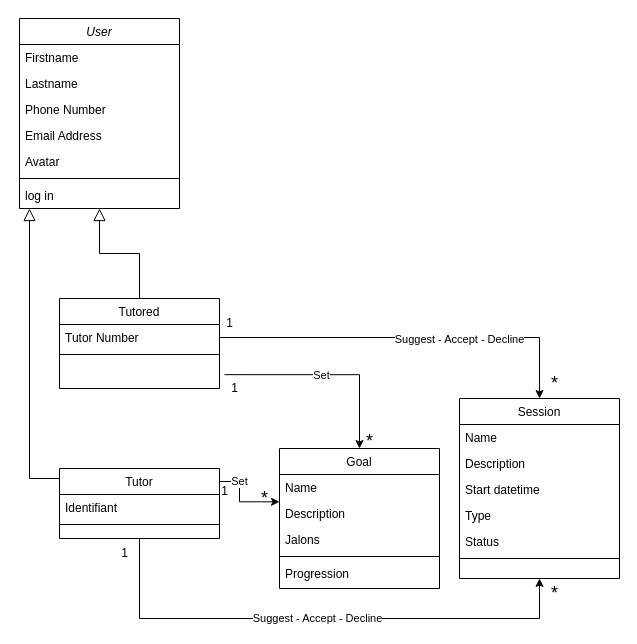
Above: page "Diagramme de classes" (1 of 2) of uml_avenirs.drawio in cbeauquel/oc_projet9 (draw.io), before the change. Source tidied: cells renumbered, new cells numbered last; positions are measured from the earlier drawing's top-left corner, leaving out a move shared by most shapes. Both pictures are drawn from the tidied source at 100%, with x=0, y=0 at pixel (19, 18).
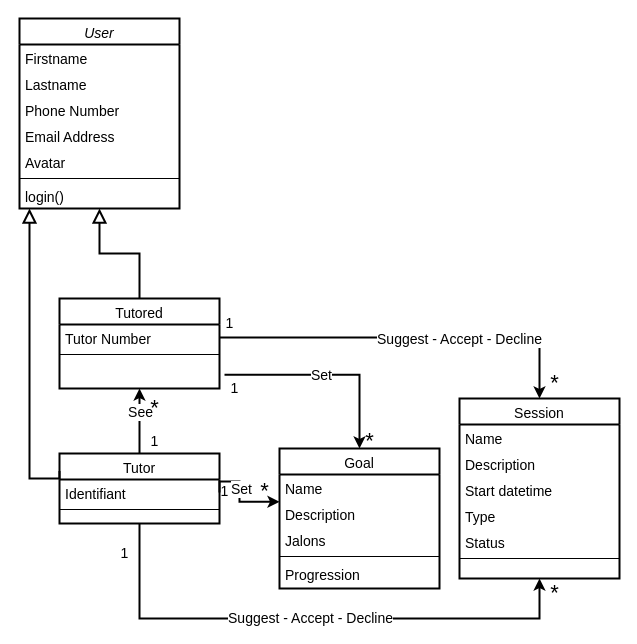
The same diagram, later.

Commit message (it also covers changes not shown here):
Mettre à jour uml_avenirs.drawio

Change to the diagram source:
```diff
@@
-    <mxCell id="2" value="User" style="swimlane;fontStyle=2;align=center;verticalAlign=top;horizontal=1;startSize=26;rounded=0;shadow=0;strokeWidth=1;" parent="1" vertex="1">
+    <mxCell id="2" value="User" style="swimlane;fontStyle=2;align=center;verticalAlign=top;horizontal=1;startSize=26;rounded=0;shadow=0;strokeWidth=2;fontSize=14;" parent="1" vertex="1">
       <mxGeometry width="160" height="190" as="geometry" />
     </mxCell>
-    <mxCell id="3" value="Firstname" style="text;align=left;verticalAlign=top;spacingLeft=4;spacingRight=4;overflow=hidden;" parent="2" vertex="1">
+    <mxCell id="3" value="Firstname" style="text;align=left;verticalAlign=top;spacingLeft=4;spacingRight=4;overflow=hidden;fontSize=14;" parent="2" vertex="1">
       <mxGeometry y="26" width="160" height="26" as="geometry" />
     </mxCell>
-    <mxCell id="4" value="Lastname" style="text;align=left;verticalAlign=top;spacingLeft=4;spacingRight=4;overflow=hidden;" parent="2" vertex="1">
+    <mxCell id="4" value="Lastname" style="text;align=left;verticalAlign=top;spacingLeft=4;spacingRight=4;overflow=hidden;fontSize=14;" parent="2" vertex="1">
       <mxGeometry y="52" width="160" height="26" as="geometry" />
     </mxCell>
-    <mxCell id="5" value="Phone Number" style="text;align=left;verticalAlign=top;spacingLeft=4;spacingRight=4;overflow=hidden;rounded=0;shadow=0;html=0;" parent="2" vertex="1">
+    <mxCell id="5" value="Phone Number" style="text;align=left;verticalAlign=top;spacingLeft=4;spacingRight=4;overflow=hidden;rounded=0;shadow=0;html=0;fontSize=14;" parent="2" vertex="1">
       <mxGeometry y="78" width="160" height="26" as="geometry" />
     </mxCell>
-    <mxCell id="6" value="Email Address" style="text;align=left;verticalAlign=top;spacingLeft=4;spacingRight=4;overflow=hidden;rounded=0;shadow=0;html=0;" parent="2" vertex="1">
+    <mxCell id="6" value="Email Address" style="text;align=left;verticalAlign=top;spacingLeft=4;spacingRight=4;overflow=hidden;rounded=0;shadow=0;html=0;fontSize=14;" parent="2" vertex="1">
       <mxGeometry y="104" width="160" height="26" as="geometry" />
     </mxCell>
-    <mxCell id="7" value="Avatar" style="text;align=left;verticalAlign=top;spacingLeft=4;spacingRight=4;overflow=hidden;rounded=0;shadow=0;html=0;" parent="2" vertex="1">
+    <mxCell id="7" value="Avatar" style="text;align=left;verticalAlign=top;spacingLeft=4;spacingRight=4;overflow=hidden;rounded=0;shadow=0;html=0;fontSize=14;" parent="2" vertex="1">
       <mxGeometry y="130" width="160" height="26" as="geometry" />
     </mxCell>
-    <mxCell id="8" style="line;html=1;strokeWidth=1;align=left;verticalAlign=middle;spacingTop=-1;spacingLeft=3;spacingRight=3;labelPosition=right;" parent="2" vertex="1">
+    <mxCell id="8" style="line;html=1;strokeWidth=1;align=left;verticalAlign=middle;spacingTop=-1;spacingLeft=3;spacingRight=3;labelPosition=right;fontSize=14;" parent="2" vertex="1">
       <mxGeometry y="156" width="160" height="8" as="geometry" />
     </mxCell>
-    <mxCell id="9" value="log in" style="text;align=left;verticalAlign=top;spacingLeft=4;spacingRight=4;overflow=hidden;" parent="2" vertex="1">
+    <mxCell id="9" value="login()" style="text;align=left;verticalAlign=top;spacingLeft=4;spacingRight=4;overflow=hidden;fontSize=14;" parent="2" vertex="1">
       <mxGeometry y="164" width="160" height="26" as="geometry" />
     </mxCell>
-    <mxCell id="10" style="edgeStyle=orthogonalEdgeStyle;rounded=0;jettySize=auto;html=1;exitX=0.167;exitY=0.039;exitDx=0;exitDy=0;entryX=0.5;entryY=0;entryDx=0;entryDy=0;exitPerimeter=0;" parent="1" edge="1" source="39" target="24">
+    <mxCell id="10" style="edgeStyle=orthogonalEdgeStyle;rounded=0;jettySize=auto;html=1;exitX=0.167;exitY=0.039;exitDx=0;exitDy=0;entryX=0.5;entryY=0;entryDx=0;entryDy=0;exitPerimeter=0;strokeWidth=2;fontSize=14;" parent="1" edge="1" source="39" target="24">
       <mxGeometry relative="1" as="geometry" />
     </mxCell>
-    <mxCell id="11" value="Set" style="edgeLabel;html=1;align=center;verticalAlign=middle;" parent="10" vertex="1">
+    <mxCell id="11" value="Set" style="edgeLabel;html=1;align=center;verticalAlign=middle;fontSize=14;" parent="10" vertex="1">
       <mxGeometry x="-0.08" relative="1" as="geometry" />
     </mxCell>
-    <mxCell id="12" value="Tutored" style="swimlane;fontStyle=0;align=center;verticalAlign=top;horizontal=1;startSize=26;rounded=0;shadow=0;strokeWidth=1;" parent="1" vertex="1">
+    <mxCell id="12" value="Tutored" style="swimlane;fontStyle=0;align=center;verticalAlign=top;horizontal=1;startSize=26;rounded=0;shadow=0;strokeWidth=2;fontSize=14;" parent="1" vertex="1">
       <mxGeometry x="40" y="280" width="160" height="90" as="geometry" />
     </mxCell>
-    <mxCell id="13" value="Tutor Number" style="text;align=left;verticalAlign=top;spacingLeft=4;spacingRight=4;overflow=hidden;points=[[0,0.5],[1,0.5]];portConstraint=eastwest;" parent="12" vertex="1">
+    <mxCell id="13" value="Tutor Number" style="text;align=left;verticalAlign=top;spacingLeft=4;spacingRight=4;overflow=hidden;points=[[0,0.5],[1,0.5]];portConstraint=eastwest;fontSize=14;" parent="12" vertex="1">
       <mxGeometry y="26" width="160" height="26" as="geometry" />
     </mxCell>
-    <mxCell id="14" style="line;html=1;strokeWidth=1;align=left;verticalAlign=middle;spacingTop=-1;spacingLeft=3;spacingRight=3;labelPosition=right;" parent="12" vertex="1">
+    <mxCell id="14" style="line;html=1;strokeWidth=1;align=left;verticalAlign=middle;spacingTop=-1;spacingLeft=3;spacingRight=3;labelPosition=right;fontSize=14;" parent="12" vertex="1">
       <mxGeometry y="52" width="160" height="8" as="geometry" />
     </mxCell>
-    <mxCell id="15" style="endArrow=block;endSize=10;endFill=0;shadow=0;strokeWidth=1;rounded=0;curved=0;edgeStyle=elbowEdgeStyle;elbow=vertical;" parent="1" edge="1" source="12" target="2">
+    <mxCell id="15" style="endArrow=block;endSize=10;endFill=0;shadow=0;strokeWidth=2;rounded=0;curved=0;edgeStyle=elbowEdgeStyle;elbow=vertical;fontSize=14;" parent="1" edge="1" source="12" target="2">
       <mxGeometry relative="1" as="geometry" />
     </mxCell>
-    <mxCell id="16" style="edgeStyle=orthogonalEdgeStyle;rounded=0;jettySize=auto;html=1;exitX=1;exitY=0.5;exitDx=0;exitDy=0;entryX=0;entryY=0.051;entryDx=0;entryDy=0;entryPerimeter=0;" parent="1" edge="1" source="21" target="26">
+    <mxCell id="16" style="edgeStyle=orthogonalEdgeStyle;rounded=0;jettySize=auto;html=1;exitX=1;exitY=0.5;exitDx=0;exitDy=0;entryX=0;entryY=0.051;entryDx=0;entryDy=0;entryPerimeter=0;strokeWidth=2;fontSize=14;" parent="1" edge="1" source="21" target="26">
       <mxGeometry relative="1" as="geometry">
         <Array as="points">
           <mxPoint x="200" y="463" />
           <mxPoint x="220" y="463" />
           <mxPoint x="220" y="483" />
         </Array>
       </mxGeometry>
     </mxCell>
-    <mxCell id="17" value="Set" style="edgeLabel;html=1;align=center;verticalAlign=middle;" parent="16" vertex="1">
+    <mxCell id="17" value="Set" style="edgeLabel;html=1;align=center;verticalAlign=middle;fontSize=14;" parent="16" vertex="1">
       <mxGeometry x="-0.16" y="1" relative="1" as="geometry" />
     </mxCell>
-    <mxCell id="18" style="edgeStyle=orthogonalEdgeStyle;rounded=0;jettySize=auto;html=1;exitX=0.5;exitY=1;exitDx=0;exitDy=0;entryX=0.5;entryY=1;entryDx=0;entryDy=0;" parent="1" edge="1" source="20" target="30">
+    <mxCell id="18" style="edgeStyle=orthogonalEdgeStyle;rounded=0;jettySize=auto;html=1;exitX=0.5;exitY=1;exitDx=0;exitDy=0;entryX=0.5;entryY=1;entryDx=0;entryDy=0;strokeWidth=2;fontSize=14;" parent="1" edge="1" source="20" target="30">
       <mxGeometry relative="1" as="geometry">
         <Array as="points">
           <mxPoint x="120" y="600" />
           <mxPoint x="520" y="600" />
         </Array>
       </mxGeometry>
     </mxCell>
-    <mxCell id="19" value="Suggest - Accept - Decline" style="edgeLabel;html=1;align=center;verticalAlign=middle;" parent="18" vertex="1">
+    <mxCell id="19" value="Suggest - Accept - Decline" style="edgeLabel;html=1;align=center;verticalAlign=middle;fontSize=14;" parent="18" vertex="1">
       <mxGeometry x="-0.01" y="1" relative="1" as="geometry" />
     </mxCell>
+    <mxCell id="47" style="edgeStyle=orthogonalEdgeStyle;rounded=0;jettySize=auto;html=1;exitX=0.5;exitY=0;exitDx=0;exitDy=0;entryX=0.5;entryY=1;entryDx=0;entryDy=0;strokeWidth=2;fontSize=14;" parent="1" edge="1" source="20" target="12">
+      <mxGeometry relative="1" as="geometry" />
+    </mxCell>
+    <mxCell id="48" value="See" style="edgeLabel;html=1;align=center;verticalAlign=middle;fontSize=14;" parent="47" vertex="1">
+      <mxGeometry x="0.28" relative="1" as="geometry" />
+    </mxCell>
-    <mxCell id="20" value="Tutor" style="swimlane;fontStyle=0;align=center;verticalAlign=top;horizontal=1;startSize=26;rounded=0;shadow=0;strokeWidth=1;" parent="1" vertex="1">
-      <mxGeometry x="40" y="450" width="160" height="70" as="geometry" />
+    <mxCell id="20" value="Tutor" style="swimlane;fontStyle=0;align=center;verticalAlign=top;horizontal=1;startSize=26;rounded=0;shadow=0;strokeWidth=2;fontSize=14;" parent="1" vertex="1">
+      <mxGeometry x="40" y="435" width="160" height="70" as="geometry" />
     </mxCell>
-    <mxCell id="21" value="Identifiant" style="text;align=left;verticalAlign=top;spacingLeft=4;spacingRight=4;overflow=hidden;points=[[0,0.5],[1,0.5]];portConstraint=eastwest;" parent="20" vertex="1">
+    <mxCell id="21" value="Identifiant" style="text;align=left;verticalAlign=top;spacingLeft=4;spacingRight=4;overflow=hidden;points=[[0,0.5],[1,0.5]];portConstraint=eastwest;fontSize=14;" parent="20" vertex="1">
       <mxGeometry y="26" width="160" height="26" as="geometry" />
     </mxCell>
-    <mxCell id="22" style="line;html=1;strokeWidth=1;align=left;verticalAlign=middle;spacingTop=-1;spacingLeft=3;spacingRight=3;labelPosition=right;" parent="20" vertex="1">
+    <mxCell id="22" style="line;html=1;strokeWidth=1;align=left;verticalAlign=middle;spacingTop=-1;spacingLeft=3;spacingRight=3;labelPosition=right;fontSize=14;" parent="20" vertex="1">
       <mxGeometry y="52" width="160" height="8" as="geometry" />
     </mxCell>
-    <mxCell id="23" style="endArrow=block;endSize=10;endFill=0;shadow=0;strokeWidth=1;rounded=0;curved=0;edgeStyle=elbowEdgeStyle;elbow=vertical;exitX=0;exitY=0.25;exitDx=0;exitDy=0;" parent="1" edge="1" source="20" target="2">
+    <mxCell id="23" style="endArrow=block;endSize=10;endFill=0;shadow=0;strokeWidth=2;rounded=0;curved=0;edgeStyle=elbowEdgeStyle;elbow=vertical;exitX=0;exitY=0.25;exitDx=0;exitDy=0;fontSize=14;" parent="1" edge="1" source="20" target="2">
       <mxGeometry relative="1" as="geometry">
         <Array as="points">
           <mxPoint x="10" y="460" />
         </Array>
       </mxGeometry>
     </mxCell>
-    <mxCell id="24" value="Goal" style="swimlane;fontStyle=0;align=center;verticalAlign=top;horizontal=1;startSize=26;rounded=0;shadow=0;strokeWidth=1;" parent="1" vertex="1">
+    <mxCell id="24" value="Goal" style="swimlane;fontStyle=0;align=center;verticalAlign=top;horizontal=1;startSize=26;rounded=0;shadow=0;strokeWidth=2;fontSize=14;" parent="1" vertex="1">
       <mxGeometry x="260" y="430" width="160" height="140" as="geometry" />
     </mxCell>
-    <mxCell id="25" value="Name" style="text;align=left;verticalAlign=top;spacingLeft=4;spacingRight=4;overflow=hidden;" parent="24" vertex="1">
+    <mxCell id="25" value="Name" style="text;align=left;verticalAlign=top;spacingLeft=4;spacingRight=4;overflow=hidden;fontSize=14;" parent="24" vertex="1">
       <mxGeometry y="26" width="160" height="26" as="geometry" />
     </mxCell>
-    <mxCell id="26" value="Description" style="text;align=left;verticalAlign=top;spacingLeft=4;spacingRight=4;overflow=hidden;points=[[0,0.5],[1,0.5]];portConstraint=eastwest;" parent="24" vertex="1">
+    <mxCell id="26" value="Description" style="text;align=left;verticalAlign=top;spacingLeft=4;spacingRight=4;overflow=hidden;points=[[0,0.5],[1,0.5]];portConstraint=eastwest;fontSize=14;" parent="24" vertex="1">
       <mxGeometry y="52" width="160" height="26" as="geometry" />
     </mxCell>
-    <mxCell id="27" value="Jalons" style="text;align=left;verticalAlign=top;spacingLeft=4;spacingRight=4;overflow=hidden;" parent="24" vertex="1">
+    <mxCell id="27" value="Jalons" style="text;align=left;verticalAlign=top;spacingLeft=4;spacingRight=4;overflow=hidden;fontSize=14;" parent="24" vertex="1">
       <mxGeometry y="78" width="160" height="26" as="geometry" />
     </mxCell>
-    <mxCell id="28" style="line;html=1;strokeWidth=1;align=left;verticalAlign=middle;spacingTop=-1;spacingLeft=3;spacingRight=3;labelPosition=right;" parent="24" vertex="1">
+    <mxCell id="28" style="line;html=1;strokeWidth=1;align=left;verticalAlign=middle;spacingTop=-1;spacingLeft=3;spacingRight=3;labelPosition=right;fontSize=14;" parent="24" vertex="1">
       <mxGeometry y="104" width="160" height="8" as="geometry" />
     </mxCell>
-    <mxCell id="29" value="Progression" style="text;align=left;verticalAlign=top;spacingLeft=4;spacingRight=4;overflow=hidden;" parent="24" vertex="1">
+    <mxCell id="29" value="Progression" style="text;align=left;verticalAlign=top;spacingLeft=4;spacingRight=4;overflow=hidden;fontSize=14;" parent="24" vertex="1">
       <mxGeometry y="112" width="160" height="26" as="geometry" />
     </mxCell>
-    <mxCell id="30" value="Session" style="swimlane;fontStyle=0;align=center;verticalAlign=top;horizontal=1;startSize=26;rounded=0;shadow=0;strokeWidth=1;" parent="1" vertex="1">
+    <mxCell id="30" value="Session" style="swimlane;fontStyle=0;align=center;verticalAlign=top;horizontal=1;startSize=26;rounded=0;shadow=0;strokeWidth=2;fontSize=14;" parent="1" vertex="1">
       <mxGeometry x="440" y="380" width="160" height="180" as="geometry" />
     </mxCell>
-    <mxCell id="31" value="Name" style="text;align=left;verticalAlign=top;spacingLeft=4;spacingRight=4;overflow=hidden;" parent="30" vertex="1">
+    <mxCell id="31" value="Name" style="text;align=left;verticalAlign=top;spacingLeft=4;spacingRight=4;overflow=hidden;fontSize=14;" parent="30" vertex="1">
       <mxGeometry y="26" width="160" height="26" as="geometry" />
     </mxCell>
-    <mxCell id="32" value="Description" style="text;align=left;verticalAlign=top;spacingLeft=4;spacingRight=4;overflow=hidden;" parent="30" vertex="1">
+    <mxCell id="32" value="Description" style="text;align=left;verticalAlign=top;spacingLeft=4;spacingRight=4;overflow=hidden;fontSize=14;" parent="30" vertex="1">
       <mxGeometry y="52" width="160" height="26" as="geometry" />
     </mxCell>
-    <mxCell id="33" value="Start datetime" style="text;align=left;verticalAlign=top;spacingLeft=4;spacingRight=4;overflow=hidden;" parent="30" vertex="1">
+    <mxCell id="33" value="Start datetime" style="text;align=left;verticalAlign=top;spacingLeft=4;spacingRight=4;overflow=hidden;fontSize=14;" parent="30" vertex="1">
       <mxGeometry y="78" width="160" height="26" as="geometry" />
     </mxCell>
-    <mxCell id="34" value="Type" style="text;align=left;verticalAlign=top;spacingLeft=4;spacingRight=4;overflow=hidden;" parent="30" vertex="1">
+    <mxCell id="34" value="Type" style="text;align=left;verticalAlign=top;spacingLeft=4;spacingRight=4;overflow=hidden;fontSize=14;" parent="30" vertex="1">
       <mxGeometry y="104" width="160" height="26" as="geometry" />
     </mxCell>
-    <mxCell id="35" value="Status" style="text;align=left;verticalAlign=top;spacingLeft=4;spacingRight=4;overflow=hidden;" parent="30" vertex="1">
+    <mxCell id="35" value="Status" style="text;align=left;verticalAlign=top;spacingLeft=4;spacingRight=4;overflow=hidden;fontSize=14;" parent="30" vertex="1">
       <mxGeometry y="130" width="160" height="26" as="geometry" />
     </mxCell>
-    <mxCell id="36" style="line;html=1;strokeWidth=1;align=left;verticalAlign=middle;spacingTop=-1;spacingLeft=3;spacingRight=3;labelPosition=right;" parent="30" vertex="1">
+    <mxCell id="36" style="line;html=1;strokeWidth=1;align=left;verticalAlign=middle;spacingTop=-1;spacingLeft=3;spacingRight=3;labelPosition=right;fontSize=14;" parent="30" vertex="1">
       <mxGeometry y="156" width="160" height="8" as="geometry" />
     </mxCell>
-    <mxCell id="37" style="edgeStyle=orthogonalEdgeStyle;rounded=0;jettySize=auto;html=1;exitX=1;exitY=0.5;exitDx=0;exitDy=0;entryX=0.5;entryY=0;entryDx=0;entryDy=0;" parent="1" edge="1" source="13" target="30">
+    <mxCell id="37" style="edgeStyle=orthogonalEdgeStyle;rounded=0;jettySize=auto;html=1;exitX=1;exitY=0.5;exitDx=0;exitDy=0;entryX=0.5;entryY=0;entryDx=0;entryDy=0;strokeWidth=2;fontSize=14;" parent="1" edge="1" source="13" target="30">
       <mxGeometry relative="1" as="geometry" />
     </mxCell>
-    <mxCell id="38" value="Suggest - Accept - Decline" style="edgeLabel;html=1;align=center;verticalAlign=middle;" parent="37" vertex="1">
+    <mxCell id="38" value="Suggest - Accept - Decline" style="edgeLabel;html=1;align=center;verticalAlign=middle;fontSize=14;" parent="37" vertex="1">
       <mxGeometry x="0.25" y="-1" relative="1" as="geometry">
         <mxPoint x="1" as="offset" />
       </mxGeometry>
     </mxCell>
-    <mxCell id="39" value="1" style="text;html=1;align=center;verticalAlign=middle;points=[];strokeColor=none;fillColor=none;" parent="1" vertex="1">
+    <mxCell id="39" value="1" style="text;html=1;align=center;verticalAlign=middle;points=[];strokeColor=none;fillColor=none;fontSize=14;" parent="1" vertex="1">
       <mxGeometry x="200" y="355" width="30" height="30" as="geometry" />
     </mxCell>
-    <mxCell id="40" value="&lt;font style=&quot;font-size: 18px;&quot;&gt;*&lt;/font&gt;" style="text;html=1;align=center;verticalAlign=middle;strokeColor=none;fillColor=none;" parent="1" vertex="1">
+    <mxCell id="40" value="&lt;font style=&quot;font-size: 22px;&quot;&gt;*&lt;/font&gt;" style="text;html=1;align=center;verticalAlign=middle;strokeColor=none;fillColor=none;fontSize=22;" parent="1" vertex="1">
       <mxGeometry x="335" y="403" width="30" height="40" as="geometry" />
     </mxCell>
-    <mxCell id="41" value="1" style="text;html=1;align=center;verticalAlign=middle;strokeColor=none;fillColor=none;" parent="1" vertex="1">
+    <mxCell id="41" value="1" style="text;html=1;align=center;verticalAlign=middle;strokeColor=none;fillColor=none;fontSize=14;" parent="1" vertex="1">
       <mxGeometry x="195" y="290" width="30" height="30" as="geometry" />
     </mxCell>
-    <mxCell id="42" value="&lt;font style=&quot;font-size: 18px;&quot;&gt;*&lt;/font&gt;" style="text;html=1;align=center;verticalAlign=middle;strokeColor=none;fillColor=none;" parent="1" vertex="1">
+    <mxCell id="42" value="&lt;font style=&quot;font-size: 22px;&quot;&gt;*&lt;/font&gt;" style="text;html=1;align=center;verticalAlign=middle;strokeColor=none;fillColor=none;fontSize=22;" parent="1" vertex="1">
       <mxGeometry x="520" y="345" width="30" height="40" as="geometry" />
     </mxCell>
-    <mxCell id="43" value="&lt;font style=&quot;font-size: 18px;&quot;&gt;*&lt;/font&gt;" style="text;html=1;align=center;verticalAlign=middle;strokeColor=none;fillColor=none;" parent="1" vertex="1">
-      <mxGeometry x="230" y="460" width="30" height="40" as="geometry" />
+    <mxCell id="43" value="&lt;font style=&quot;font-size: 22px;&quot;&gt;*&lt;/font&gt;" style="text;html=1;align=center;verticalAlign=middle;strokeColor=none;fillColor=none;strokeWidth=2;fontSize=22;" parent="1" vertex="1">
+      <mxGeometry x="230" y="453" width="30" height="40" as="geometry" />
     </mxCell>
-    <mxCell id="44" value="1" style="text;html=1;align=center;verticalAlign=middle;strokeColor=none;fillColor=none;" parent="1" vertex="1">
+    <mxCell id="44" value="1" style="text;html=1;align=center;verticalAlign=middle;strokeColor=none;fillColor=none;fontSize=14;" parent="1" vertex="1">
       <mxGeometry x="190" y="458" width="30" height="30" as="geometry" />
     </mxCell>
-    <mxCell id="45" value="1" style="text;html=1;align=center;verticalAlign=middle;strokeColor=none;fillColor=none;" parent="1" vertex="1">
+    <mxCell id="45" value="1" style="text;html=1;align=center;verticalAlign=middle;strokeColor=none;fillColor=none;fontSize=14;" parent="1" vertex="1">
       <mxGeometry x="90" y="520" width="30" height="30" as="geometry" />
     </mxCell>
-    <mxCell id="46" value="&lt;font style=&quot;font-size: 18px;&quot;&gt;*&lt;/font&gt;" style="text;html=1;align=center;verticalAlign=middle;strokeColor=none;fillColor=none;" parent="1" vertex="1">
+    <mxCell id="46" value="&lt;font style=&quot;font-size: 22px;&quot;&gt;*&lt;/font&gt;" style="text;html=1;align=center;verticalAlign=middle;strokeColor=none;fillColor=none;fontSize=22;" parent="1" vertex="1">
       <mxGeometry x="520" y="555" width="30" height="40" as="geometry" />
     </mxCell>
+    <mxCell id="49" value="1" style="text;html=1;align=center;verticalAlign=middle;strokeColor=none;fillColor=none;fontSize=14;" parent="1" vertex="1">
+      <mxGeometry x="120" y="408" width="30" height="30" as="geometry" />
+    </mxCell>
+    <mxCell id="50" value="&lt;font style=&quot;font-size: 22px;&quot;&gt;*&lt;/font&gt;" style="text;html=1;align=center;verticalAlign=middle;strokeColor=none;fillColor=none;strokeWidth=2;fontSize=22;" parent="1" vertex="1">
+      <mxGeometry x="120" y="370" width="30" height="40" as="geometry" />
+    </mxCell>
```
